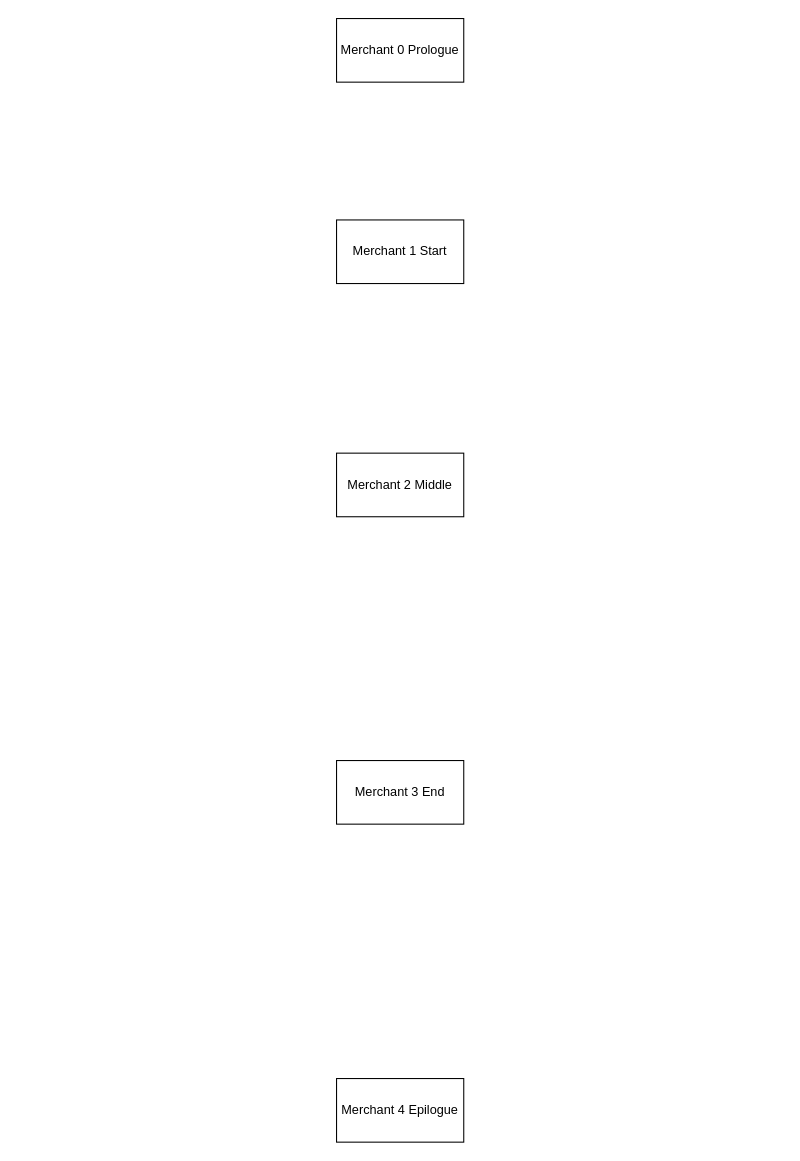
Earlier version of the draw.io diagram Flowchart.drawio (ESMerchantCampaign/merchant-campaign). Source tidied: cells renumbered, new cells numbered last; positions are measured from the earlier drawing's top-left corner, leaving out a move shared by most shapes. Both pictures are drawn from the tidied source at 106%, with x=0, y=0 at pixel (336, 18).
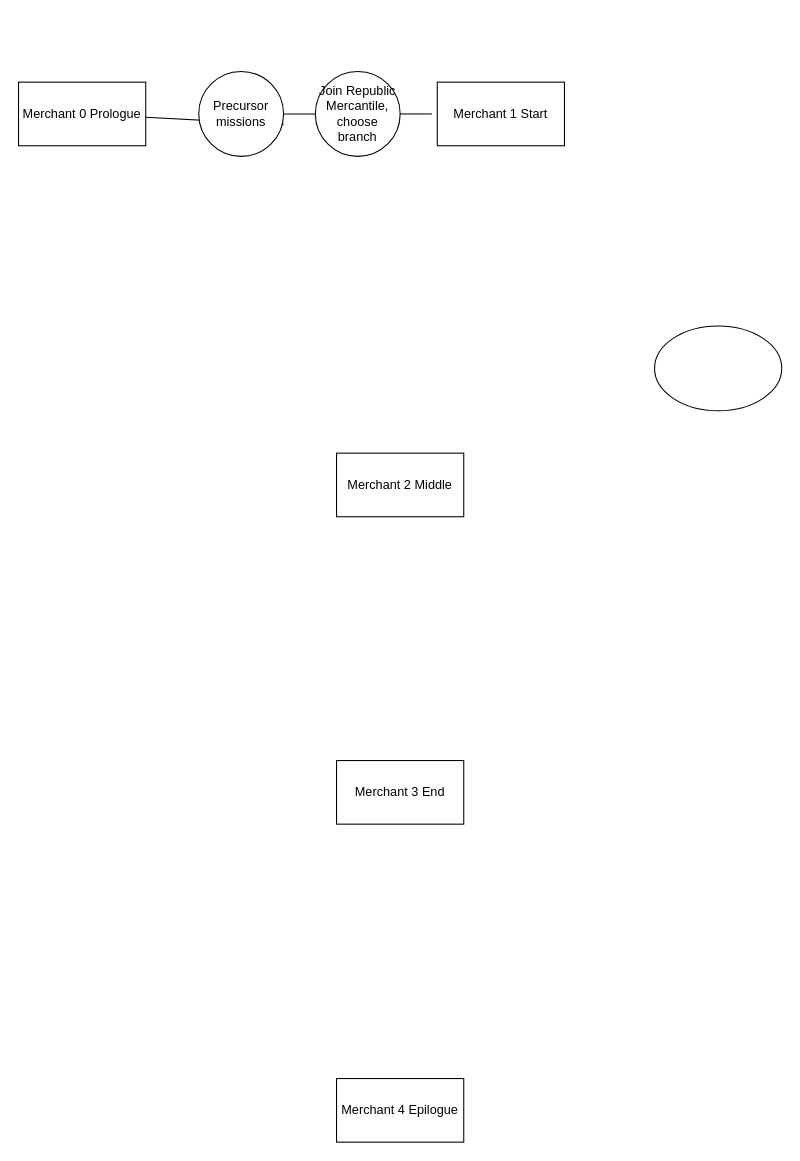
After the change.

What changed in the source:
```diff
@@
 <mxGraphModel>
   <root>
     <mxCell id="0" />
     <mxCell id="1" parent="0" />
     <mxCell id="2" value="Merchant 0 Prologue" style="rounded=0;whiteSpace=wrap;html=1;" parent="1" vertex="1">
-      <mxGeometry width="120" height="60" as="geometry" />
+      <mxGeometry x="-300" y="60" width="120" height="60" as="geometry" />
     </mxCell>
     <mxCell id="3" value="Merchant 1 Start" style="rounded=0;whiteSpace=wrap;html=1;" parent="1" vertex="1">
-      <mxGeometry y="190" width="120" height="60" as="geometry" />
+      <mxGeometry x="95" y="60" width="120" height="60" as="geometry" />
     </mxCell>
     <mxCell id="4" value="Merchant 2 Middle" style="rounded=0;whiteSpace=wrap;html=1;" parent="1" vertex="1">
       <mxGeometry y="410" width="120" height="60" as="geometry" />
     </mxCell>
     <mxCell id="5" value="Merchant 3 End" style="rounded=0;whiteSpace=wrap;html=1;" parent="1" vertex="1">
       <mxGeometry y="700" width="120" height="60" as="geometry" />
     </mxCell>
     <mxCell id="6" value="Merchant 4 Epilogue" style="rounded=0;whiteSpace=wrap;html=1;" parent="1" vertex="1">
       <mxGeometry y="1000" width="120" height="60" as="geometry" />
     </mxCell>
+    <mxCell id="7" style="endArrow=none;html=1;rounded=0;" parent="1" edge="1" target="2">
+      <mxGeometry relative="1" as="geometry">
+        <mxPoint x="-50" y="100" as="sourcePoint" />
+      </mxGeometry>
+    </mxCell>
+    <mxCell id="8" value="Join Republic Mercantile, choose branch" style="ellipse;whiteSpace=wrap;html=1;" parent="1" vertex="1">
+      <mxGeometry x="-20" y="50" width="80" height="80" as="geometry" />
+    </mxCell>
+    <mxCell id="9" style="ellipse;whiteSpace=wrap;html=1;" parent="1" vertex="1">
+      <mxGeometry x="300" y="290" width="120" height="80" as="geometry" />
+    </mxCell>
+    <mxCell id="10" style="endArrow=none;html=1;rounded=0;exitX=1;exitY=0.5;exitDx=0;exitDy=0;" parent="1" edge="1" source="8">
+      <mxGeometry relative="1" as="geometry">
+        <mxPoint x="90" y="90" as="targetPoint" />
+      </mxGeometry>
+    </mxCell>
+    <mxCell id="11" value="Precursor missions" style="ellipse;whiteSpace=wrap;html=1;" parent="1" vertex="1">
+      <mxGeometry x="-130" y="50" width="80" height="80" as="geometry" />
+    </mxCell>
+    <mxCell id="12" style="endArrow=none;html=1;rounded=0;exitX=1;exitY=0.5;exitDx=0;exitDy=0;" parent="1" edge="1" source="11">
+      <mxGeometry relative="1" as="geometry">
+        <mxPoint x="-20" y="90" as="targetPoint" />
+      </mxGeometry>
+    </mxCell>
   </root>
 </mxGraphModel>
```
